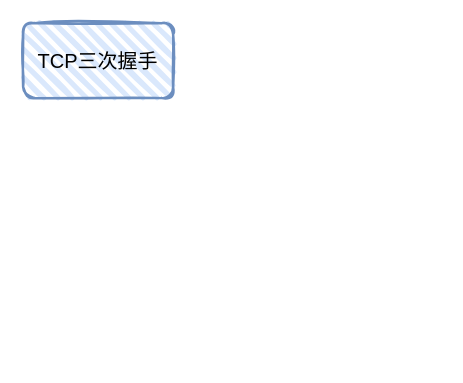
Above: Untitled Diagram.drawio in Kelsey1998/picture (draw.io), before the change. Source tidied: cells renumbered, new cells numbered last; positions are measured from the earlier drawing's top-left corner, leaving out a move shared by most shapes. Both pictures are drawn from the tidied source at 125%, with x=0, y=0 at pixel (22, 22).
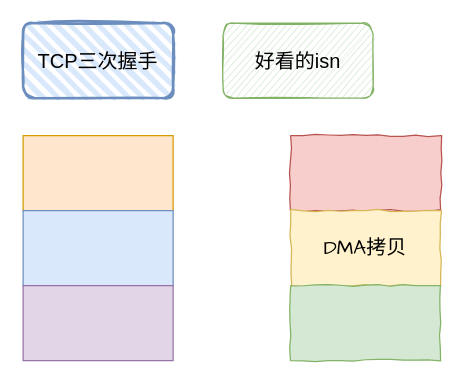
Above is the later version.

Change to the diagram source:
```diff
@@
 <mxGraphModel>
   <root>
     <mxCell id="0" />
     <mxCell id="1" parent="0" />
     <mxCell id="2" value="&lt;font style=&quot;font-size: 16px&quot;&gt;TCP三次握手&lt;/font&gt;" style="whiteSpace=wrap;html=1;strokeWidth=2;fillWeight=4;hachureGap=8;hachureAngle=45;fillColor=#dae8fc;strokeColor=#6c8ebf;rounded=1;sketch=1;" parent="1" vertex="1">
       <mxGeometry width="120" height="60" as="geometry" />
     </mxCell>
+    <mxCell id="3" value="&lt;font style=&quot;font-size: 16px&quot;&gt;好看的isn&lt;/font&gt;" style="rounded=1;whiteSpace=wrap;html=1;sketch=1;fillColor=#d5e8d4;strokeColor=#82b366;" parent="1" vertex="1">
+      <mxGeometry x="160" width="120" height="60" as="geometry" />
+    </mxCell>
+    <mxCell id="4" style="rounded=0;whiteSpace=wrap;html=1;sketch=0;fillColor=#ffe6cc;strokeColor=#d79b00;shadow=0;" parent="1" vertex="1">
+      <mxGeometry y="90" width="120" height="60" as="geometry" />
+    </mxCell>
+    <mxCell id="5" style="rounded=0;whiteSpace=wrap;html=1;sketch=0;fillColor=#dae8fc;strokeColor=#6c8ebf;shadow=0;" parent="1" vertex="1">
+      <mxGeometry y="150" width="120" height="60" as="geometry" />
+    </mxCell>
+    <mxCell id="6" style="rounded=0;whiteSpace=wrap;html=1;sketch=0;fillColor=#e1d5e7;strokeColor=#9673a6;shadow=0;" parent="1" vertex="1">
+      <mxGeometry y="210" width="120" height="60" as="geometry" />
+    </mxCell>
+    <mxCell id="7" style="rounded=0;whiteSpace=wrap;sketch=0;fillColor=#f8cecc;strokeColor=#b85450;shadow=0;fontFamily=Helvetica;html=1;comic=1;" parent="1" vertex="1">
+      <mxGeometry x="214" y="90" width="120" height="60" as="geometry" />
+    </mxCell>
+    <mxCell id="8" value="&lt;p&gt;&lt;font style=&quot;font-size: 16px&quot; face=&quot;Comic Sans MS&quot;&gt;DMA拷贝&lt;/font&gt;&lt;/p&gt;" style="rounded=0;whiteSpace=wrap;html=1;sketch=0;fillColor=#fff2cc;strokeColor=#d6b656;shadow=0;fontFamily=Helvetica;comic=1;" parent="1" vertex="1">
+      <mxGeometry x="214" y="150" width="120" height="60" as="geometry" />
+    </mxCell>
+    <mxCell id="9" style="rounded=0;whiteSpace=wrap;html=1;sketch=0;fillColor=#d5e8d4;strokeColor=#82b366;shadow=0;fontFamily=Helvetica;comic=1;" parent="1" vertex="1">
+      <mxGeometry x="214" y="210" width="120" height="60" as="geometry" />
+    </mxCell>
   </root>
 </mxGraphModel>
```
